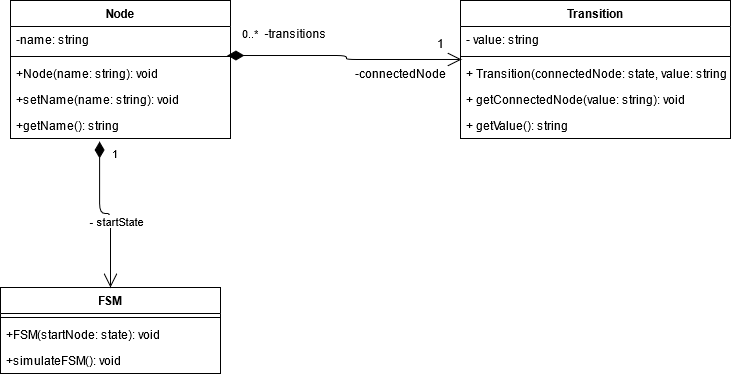
Earlier version of the draw.io export src/finite_state_machine/UML_class_diagram_FSM.png (AmaryllisLee/Adaptive_Programing_2021). Source tidied: cells renumbered, new cells last; positions are measured from the earlier drawing's top-left corner, leaving out a move shared by most shapes.
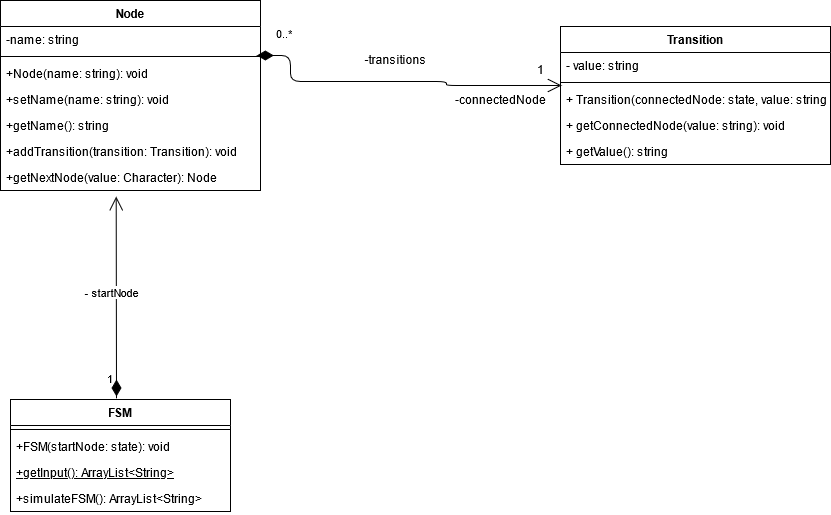
After the change.

Commit message:
modfied uml class diagram

What changed in the source:
```diff
@@ -3,23 +3,29 @@
     <mxCell id="0" />
     <mxCell id="1" parent="0" />
     <mxCell id="2" value="Node" style="swimlane;fontStyle=1;align=center;verticalAlign=top;horizontal=1;startSize=26;" parent="1" vertex="1">
-      <mxGeometry x="10" width="220" height="138" as="geometry" />
+      <mxGeometry x="-100" y="-26" width="260" height="190" as="geometry" />
     </mxCell>
     <mxCell id="3" value="-name: string" style="text;strokeColor=none;fillColor=none;align=left;verticalAlign=top;spacingLeft=4;spacingRight=4;overflow=hidden;" parent="2" vertex="1">
-      <mxGeometry y="26" width="220" height="26" as="geometry" />
+      <mxGeometry y="26" width="260" height="26" as="geometry" />
     </mxCell>
     <mxCell id="4" style="line;strokeWidth=1;fillColor=none;align=left;verticalAlign=middle;spacingTop=-1;spacingLeft=3;spacingRight=3;labelPosition=right;" parent="2" vertex="1">
-      <mxGeometry y="52" width="220" height="8" as="geometry" />
+      <mxGeometry y="52" width="260" height="8" as="geometry" />
     </mxCell>
     <mxCell id="5" value="+Node(name: string): void" style="text;strokeColor=none;fillColor=none;align=left;verticalAlign=top;spacingLeft=4;spacingRight=4;overflow=hidden;points=[[0,0.5],[1,0.5]];portConstraint=eastwest;" parent="2" vertex="1">
-      <mxGeometry y="60" width="220" height="26" as="geometry" />
+      <mxGeometry y="60" width="260" height="26" as="geometry" />
     </mxCell>
     <mxCell id="6" value="+setName(name: string): void" style="text;strokeColor=none;fillColor=none;align=left;verticalAlign=top;spacingLeft=4;spacingRight=4;overflow=hidden;" parent="2" vertex="1">
-      <mxGeometry y="86" width="220" height="26" as="geometry" />
+      <mxGeometry y="86" width="260" height="26" as="geometry" />
     </mxCell>
     <mxCell id="7" value="+getName(): string" style="text;strokeColor=none;fillColor=none;align=left;verticalAlign=top;spacingLeft=4;spacingRight=4;overflow=hidden;points=[[0,0.5],[1,0.5]];portConstraint=eastwest;" parent="2" vertex="1">
-      <mxGeometry y="112" width="220" height="26" as="geometry" />
+      <mxGeometry y="112" width="260" height="26" as="geometry" />
     </mxCell>
+    <mxCell id="24" value="+addTransition(transition: Transition): void" style="text;strokeColor=none;fillColor=none;align=left;verticalAlign=top;spacingLeft=4;spacingRight=4;overflow=hidden;" parent="2" vertex="1">
+      <mxGeometry y="138" width="260" height="26" as="geometry" />
+    </mxCell>
+    <mxCell id="25" value="+getNextNode(value: Character): Node" style="text;strokeColor=none;fillColor=none;align=left;verticalAlign=top;spacingLeft=4;spacingRight=4;overflow=hidden;points=[[0,0.5],[1,0.5]];portConstraint=eastwest;" parent="2" vertex="1">
+      <mxGeometry y="164" width="260" height="26" as="geometry" />
+    </mxCell>
     <mxCell id="8" value="Transition" style="swimlane;fontStyle=1;align=center;verticalAlign=top;horizontal=1;startSize=26;" parent="1" vertex="1">
       <mxGeometry x="460" width="270" height="138" as="geometry" />
     </mxCell>
@@ -39,7 +45,7 @@
       <mxGeometry y="112" width="270" height="26" as="geometry" />
     </mxCell>
     <mxCell id="14" value="FSM" style="swimlane;fontStyle=1;align=center;verticalAlign=top;horizontal=1;startSize=26;" parent="1" vertex="1">
-      <mxGeometry y="287" width="220" height="86" as="geometry" />
+      <mxGeometry x="-90" y="373" width="220" height="112" as="geometry" />
     </mxCell>
     <mxCell id="15" style="line;strokeWidth=1;fillColor=none;align=left;verticalAlign=middle;spacingTop=-1;spacingLeft=3;spacingRight=3;labelPosition=right;" parent="14" vertex="1">
       <mxGeometry y="26" width="220" height="8" as="geometry" />
@@ -47,13 +53,18 @@
     <mxCell id="16" value="+FSM(startNode: state): void" style="text;strokeColor=none;fillColor=none;align=left;verticalAlign=top;spacingLeft=4;spacingRight=4;overflow=hidden;" parent="14" vertex="1">
       <mxGeometry y="34" width="220" height="26" as="geometry" />
     </mxCell>
-    <mxCell id="17" value="+simulateFSM(): void" style="text;strokeColor=none;fillColor=none;align=left;verticalAlign=top;spacingLeft=4;spacingRight=4;overflow=hidden;" parent="14" vertex="1">
+    <mxCell id="17" value="+getInput(): ArrayList&lt;String&gt;" style="text;strokeColor=none;fillColor=none;align=left;verticalAlign=top;spacingLeft=4;spacingRight=4;overflow=hidden;fontStyle=4;" parent="14" vertex="1">
       <mxGeometry y="60" width="220" height="26" as="geometry" />
     </mxCell>
+    <mxCell id="26" value="+simulateFSM(): ArrayList&lt;String&gt;" style="text;strokeColor=none;fillColor=none;align=left;verticalAlign=top;spacingLeft=4;spacingRight=4;overflow=hidden;" parent="14" vertex="1">
+      <mxGeometry y="86" width="220" height="26" as="geometry" />
+    </mxCell>
     <mxCell id="18" value="0..*" style="endArrow=open;html=1;endSize=12;startArrow=diamondThin;startSize=14;startFill=1;edgeStyle=orthogonalEdgeStyle;align=left;verticalAlign=bottom;exitX=0.986;exitY=-0.192;exitDx=0;exitDy=0;exitPerimeter=0;entryX=0.004;entryY=0.269;entryDx=0;entryDy=0;entryPerimeter=0;" parent="1" edge="1" source="5">
       <mxGeometry x="-0.89" y="12" relative="1" as="geometry">
         <mxPoint x="461.1" y="59" as="targetPoint" />
         <Array as="points">
+          <mxPoint x="190" y="29" />
+          <mxPoint x="190" y="55" />
           <mxPoint x="346" y="55" />
           <mxPoint x="346" y="59" />
         </Array>
@@ -68,15 +79,15 @@
     <mxCell id="21" value="-connectedNode" style="text;html=1;align=center;verticalAlign=middle;strokeColor=none;" parent="1" vertex="1">
       <mxGeometry x="350" y="63" width="100" height="20" as="geometry" />
     </mxCell>
-    <mxCell id="22" value="1" style="endArrow=open;html=1;endSize=12;startArrow=diamondThin;startSize=14;startFill=1;edgeStyle=orthogonalEdgeStyle;align=left;verticalAlign=bottom;exitX=0.405;exitY=1.115;exitDx=0;exitDy=0;exitPerimeter=0;" parent="1" edge="1" source="7" target="14">
+    <mxCell id="22" value="1" style="endArrow=open;html=1;endSize=12;startArrow=diamondThin;startSize=14;startFill=1;edgeStyle=orthogonalEdgeStyle;align=left;verticalAlign=bottom;entryX=0.445;entryY=1.231;entryDx=0;entryDy=0;entryPerimeter=0;" parent="1" edge="1" target="25">
       <mxGeometry x="-0.72" y="11" relative="1" as="geometry">
+        <mxPoint x="16" y="353" as="sourcePoint" />
         <Array as="points">
-          <mxPoint x="99" y="213" />
-          <mxPoint x="110" y="213" />
+          <mxPoint x="16" y="373" />
         </Array>
       </mxGeometry>
     </mxCell>
-    <mxCell id="23" value="- startState" style="edgeLabel;html=1;align=center;verticalAlign=middle;" parent="22" vertex="1">
+    <mxCell id="23" value="- startNode" style="edgeLabel;html=1;align=center;verticalAlign=middle;" parent="22" vertex="1">
       <mxGeometry x="0.15" y="5" relative="1" as="geometry" />
     </mxCell>
   </root>
```
